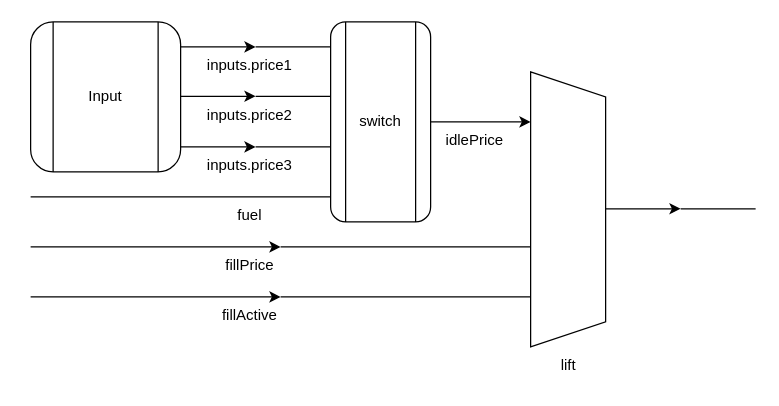
suzuki-taro-29/FRP-chap4-diagrams keeps this draw.io diagram as page "printLCD" (2 of 2) of ShowDollarsPump.drawio. Above is the earlier version. Source tidied: cells renumbered, new cells numbered last; positions are measured from the earlier drawing's top-left corner, leaving out a move shared by most shapes. Both pictures are drawn from the tidied source at 125%, with x=0, y=0 at pixel (30, 21).
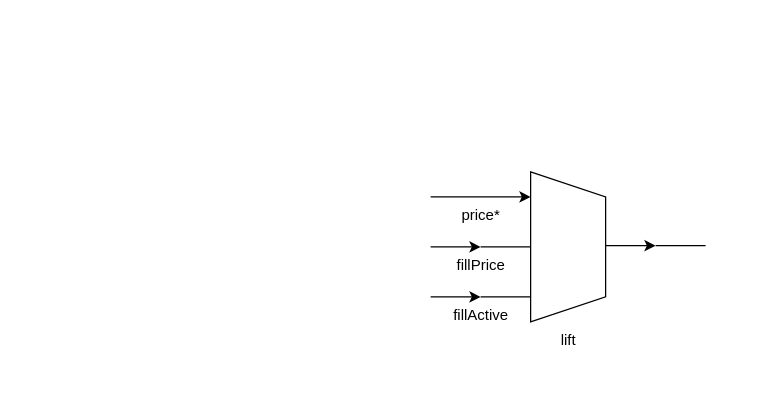
After the change.

Commit message (it also covers changes not shown here):
fix: remove Input and Output from diagram

What changed in the source:
```diff
@@
-    <mxCell id="2" value="Input" style="shape=process;whiteSpace=wrap;html=1;backgroundOutline=1;rounded=1;" parent="1" vertex="1">
-      <mxGeometry width="120" height="120" as="geometry" />
-    </mxCell>
-    <mxCell id="3" value="switch" style="shape=process;whiteSpace=wrap;html=1;backgroundOutline=1;rounded=1;" parent="1" vertex="1">
-      <mxGeometry x="240" width="80" height="160" as="geometry" />
-    </mxCell>
-    <mxCell id="4" style="endArrow=classic;html=1;" parent="1" edge="1">
-      <mxGeometry relative="1" as="geometry">
-        <mxPoint x="120" y="20" as="sourcePoint" />
-        <mxPoint x="180" y="20" as="targetPoint" />
-      </mxGeometry>
-    </mxCell>
-    <mxCell id="5" style="endArrow=none;html=1;" parent="1" edge="1">
-      <mxGeometry relative="1" as="geometry">
-        <mxPoint x="180" y="20" as="sourcePoint" />
-        <mxPoint x="240" y="20" as="targetPoint" />
-      </mxGeometry>
-    </mxCell>
-    <mxCell id="6" style="endArrow=classic;html=1;" parent="1" edge="1">
-      <mxGeometry relative="1" as="geometry">
-        <mxPoint x="120" y="59.5" as="sourcePoint" />
-        <mxPoint x="180" y="59.5" as="targetPoint" />
-      </mxGeometry>
-    </mxCell>
-    <mxCell id="7" style="endArrow=none;html=1;" parent="1" edge="1">
-      <mxGeometry relative="1" as="geometry">
-        <mxPoint x="180" y="59.5" as="sourcePoint" />
-        <mxPoint x="240" y="59.5" as="targetPoint" />
-      </mxGeometry>
-    </mxCell>
-    <mxCell id="8" style="endArrow=classic;html=1;" parent="1" edge="1">
-      <mxGeometry relative="1" as="geometry">
-        <mxPoint x="120" y="100" as="sourcePoint" />
-        <mxPoint x="180" y="100" as="targetPoint" />
-      </mxGeometry>
-    </mxCell>
-    <mxCell id="9" style="endArrow=none;html=1;" parent="1" edge="1">
-      <mxGeometry relative="1" as="geometry">
-        <mxPoint x="180" y="100" as="sourcePoint" />
-        <mxPoint x="240" y="100" as="targetPoint" />
-      </mxGeometry>
-    </mxCell>
-    <mxCell id="10" value="inputs.price3" style="text;html=1;align=center;verticalAlign=middle;strokeColor=none;fillColor=none;" parent="1" vertex="1">
-      <mxGeometry x="130" y="100" width="90" height="30" as="geometry" />
-    </mxCell>
-    <mxCell id="11" value="inputs.price1" style="text;html=1;align=center;verticalAlign=middle;strokeColor=none;fillColor=none;" parent="1" vertex="1">
-      <mxGeometry x="130" y="20" width="90" height="30" as="geometry" />
-    </mxCell>
-    <mxCell id="12" value="inputs.price2" style="text;html=1;align=center;verticalAlign=middle;strokeColor=none;fillColor=none;" parent="1" vertex="1">
-      <mxGeometry x="130" y="60" width="90" height="30" as="geometry" />
-    </mxCell>
-    <mxCell id="13" style="endArrow=none;html=1;" parent="1" edge="1">
-      <mxGeometry relative="1" as="geometry">
-        <mxPoint y="140" as="sourcePoint" />
-        <mxPoint x="240" y="140" as="targetPoint" />
-      </mxGeometry>
-    </mxCell>
-    <mxCell id="14" value="fuel" style="text;html=1;align=center;verticalAlign=middle;strokeColor=none;fillColor=none;" parent="1" vertex="1">
-      <mxGeometry x="155" y="140" width="40" height="30" as="geometry" />
-    </mxCell>
     <mxCell id="15" style="endArrow=classic;html=1;" parent="1" edge="1">
       <mxGeometry relative="1" as="geometry">
-        <mxPoint x="320" y="80" as="sourcePoint" />
-        <mxPoint x="400" y="80" as="targetPoint" />
+        <mxPoint x="320" y="140" as="sourcePoint" />
+        <mxPoint x="400" y="140" as="targetPoint" />
       </mxGeometry>
     </mxCell>
     <mxCell id="16" style="shape=trapezoid;perimeter=trapezoidPerimeter;whiteSpace=wrap;html=1;fixedSize=1;rounded=0;direction=south;" parent="1" vertex="1">
-      <mxGeometry x="400" y="40" width="60" height="220" as="geometry" />
+      <mxGeometry x="400" y="120" width="60" height="120" as="geometry" />
     </mxCell>
     <mxCell id="17" style="endArrow=classic;html=1;" parent="1" edge="1">
       <mxGeometry relative="1" as="geometry">
-        <mxPoint y="180" as="sourcePoint" />
-        <mxPoint x="200" y="180" as="targetPoint" />
+        <mxPoint x="320" y="180" as="sourcePoint" />
+        <mxPoint x="360" y="180" as="targetPoint" />
       </mxGeometry>
     </mxCell>
     <mxCell id="18" style="endArrow=none;html=1;" parent="1" edge="1">
       <mxGeometry relative="1" as="geometry">
-        <mxPoint x="200" y="180" as="sourcePoint" />
+        <mxPoint x="360" y="180" as="sourcePoint" />
         <mxPoint x="400" y="180" as="targetPoint" />
       </mxGeometry>
     </mxCell>
     <mxCell id="19" style="endArrow=classic;html=1;" parent="1" edge="1">
       <mxGeometry relative="1" as="geometry">
-        <mxPoint y="220" as="sourcePoint" />
-        <mxPoint x="200" y="220" as="targetPoint" />
+        <mxPoint x="320" y="220" as="sourcePoint" />
+        <mxPoint x="360" y="220" as="targetPoint" />
       </mxGeometry>
     </mxCell>
     <mxCell id="20" style="endArrow=none;html=1;" parent="1" edge="1">
       <mxGeometry relative="1" as="geometry">
-        <mxPoint x="200" y="220" as="sourcePoint" />
+        <mxPoint x="360" y="220" as="sourcePoint" />
         <mxPoint x="400" y="220" as="targetPoint" />
       </mxGeometry>
     </mxCell>
     <mxCell id="21" style="endArrow=classic;html=1;" parent="1" edge="1">
       <mxGeometry relative="1" as="geometry">
-        <mxPoint x="460" y="149.5" as="sourcePoint" />
-        <mxPoint x="520" y="149.5" as="targetPoint" />
+        <mxPoint x="460" y="179" as="sourcePoint" />
+        <mxPoint x="500" y="179" as="targetPoint" />
       </mxGeometry>
     </mxCell>
     <mxCell id="22" style="endArrow=none;html=1;" parent="1" edge="1">
       <mxGeometry relative="1" as="geometry">
-        <mxPoint x="520" y="149.5" as="sourcePoint" />
-        <mxPoint x="580" y="149.5" as="targetPoint" />
+        <mxPoint x="500" y="179" as="sourcePoint" />
+        <mxPoint x="540" y="179" as="targetPoint" />
       </mxGeometry>
     </mxCell>
     <mxCell id="23" value="fillActive" style="text;html=1;align=center;verticalAlign=middle;strokeColor=none;fillColor=none;" parent="1" vertex="1">
-      <mxGeometry x="140" y="220" width="70" height="30" as="geometry" />
+      <mxGeometry x="325" y="220" width="70" height="30" as="geometry" />
     </mxCell>
     <mxCell id="24" value="fillPrice" style="text;html=1;align=center;verticalAlign=middle;strokeColor=none;fillColor=none;" parent="1" vertex="1">
-      <mxGeometry x="145" y="180" width="60" height="30" as="geometry" />
+      <mxGeometry x="330" y="180" width="60" height="30" as="geometry" />
     </mxCell>
-    <mxCell id="25" style="edgeStyle=none;html=1;" parent="1" edge="1" source="26" target="3">
-      <mxGeometry relative="1" as="geometry" />
-    </mxCell>
-    <mxCell id="26" value="idlePrice" style="text;html=1;align=center;verticalAlign=middle;points=[];strokeColor=none;fillColor=none;" parent="1" vertex="1">
-      <mxGeometry x="320" y="80" width="70" height="30" as="geometry" />
+    <mxCell id="26" value="price*" style="text;html=1;align=center;verticalAlign=middle;points=[];strokeColor=none;fillColor=none;" parent="1" vertex="1">
+      <mxGeometry x="335" y="140" width="50" height="30" as="geometry" />
     </mxCell>
     <mxCell id="27" value="lift" style="text;html=1;align=center;verticalAlign=middle;strokeColor=none;fillColor=none;" parent="1" vertex="1">
-      <mxGeometry x="410" y="260" width="40" height="30" as="geometry" />
+      <mxGeometry x="410" y="240" width="40" height="30" as="geometry" />
     </mxCell>
```
